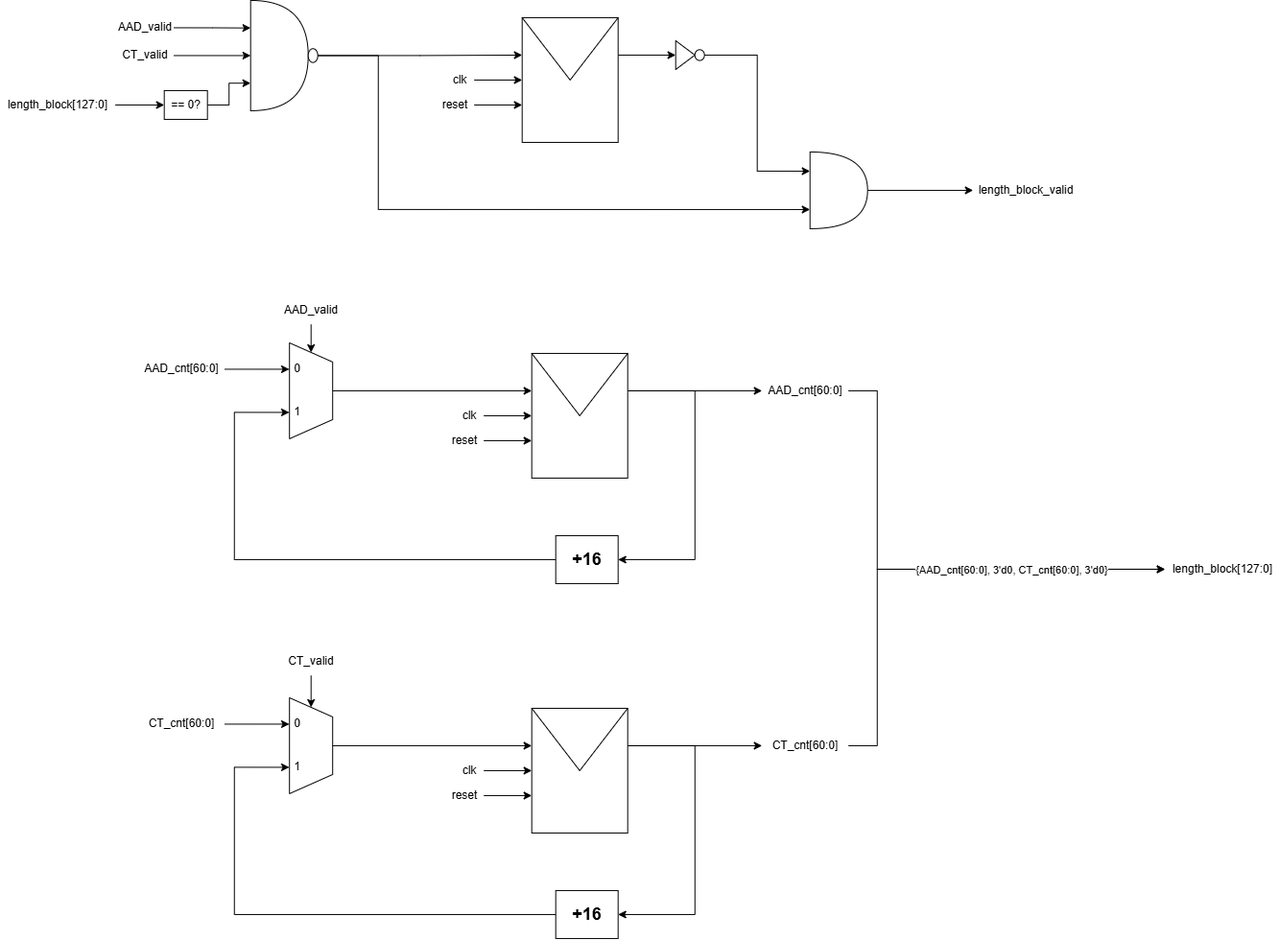
The draw.io diagram Quang Long/_media/LengthBlockCTR low level.png in LQLManZz/AES128-Verilog, before a commit. Source tidied: cells renumbered, new cells last; positions are measured from the earlier drawing's top-left corner, leaving out a move shared by most shapes.
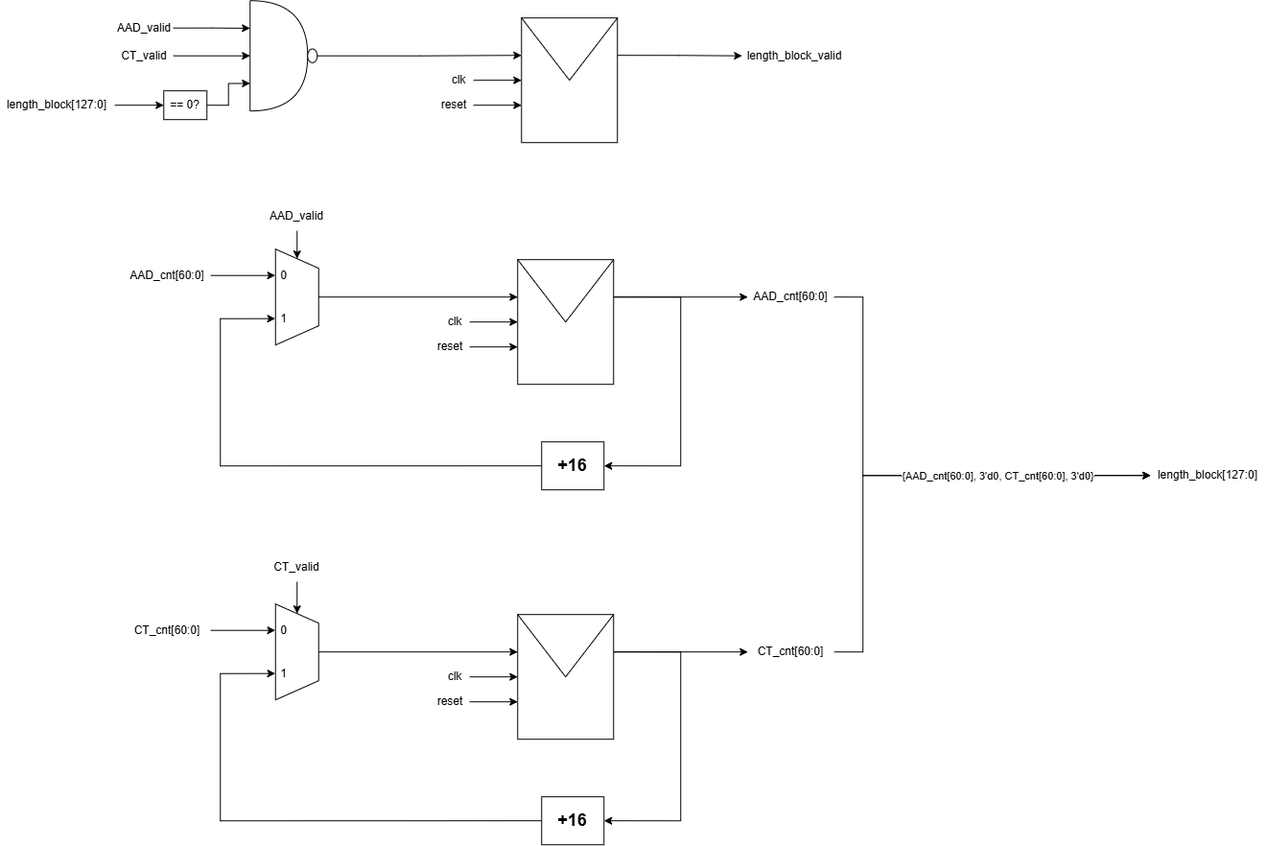
The same diagram one commit later.

Change to the diagram source:
```diff
@@ -160,44 +160,44 @@
     <mxCell id="43" value="CT_valid" style="text;html=1;whiteSpace=wrap;strokeColor=none;fillColor=none;align=center;verticalAlign=middle;rounded=0;" parent="1" vertex="1">
       <mxGeometry x="294" y="674" width="60" height="30" as="geometry" />
     </mxCell>
-    <mxCell id="44" style="edgeStyle=orthogonalEdgeStyle;rounded=0;jettySize=auto;html=1;exitX=1;exitY=0.3;exitDx=0;exitDy=0;entryX=0;entryY=0.5;entryDx=0;entryDy=0;fontFamily=Helvetica;fontSize=12;fontColor=default;" parent="1" edge="1" source="45" target="64">
-      <mxGeometry relative="1" as="geometry" />
-    </mxCell>
+    <mxCell id="70" style="edgeStyle=orthogonalEdgeStyle;rounded=0;jettySize=auto;html=1;exitX=1;exitY=0.3;exitDx=0;exitDy=0;entryX=0;entryY=0.5;entryDx=0;entryDy=0;" parent="1" edge="1" source="45" target="50">
+      <mxGeometry relative="1" as="geometry" />
+    </mxCell>
     <mxCell id="45" style="shape=message;html=1;html=1;outlineConnect=0;labelPosition=center;verticalLabelPosition=bottom;align=center;verticalAlign=top;" parent="1" vertex="1">
-      <mxGeometry x="544" y="18" width="100" height="130" as="geometry" />
+      <mxGeometry x="558" y="116" width="100" height="130" as="geometry" />
     </mxCell>
     <mxCell id="46" style="edgeStyle=orthogonalEdgeStyle;rounded=0;jettySize=auto;html=1;exitX=1;exitY=0.5;exitDx=0;exitDy=0;entryX=0;entryY=0.5;entryDx=0;entryDy=0;" parent="1" edge="1" source="47" target="45">
       <mxGeometry relative="1" as="geometry" />
     </mxCell>
     <mxCell id="47" value="clk" style="text;html=1;whiteSpace=wrap;strokeColor=none;fillColor=none;align=center;verticalAlign=middle;rounded=0;" parent="1" vertex="1">
-      <mxGeometry x="464" y="68" width="30" height="30" as="geometry" />
+      <mxGeometry x="478" y="166" width="30" height="30" as="geometry" />
     </mxCell>
     <mxCell id="48" style="edgeStyle=orthogonalEdgeStyle;rounded=0;jettySize=auto;html=1;exitX=1;exitY=0.5;exitDx=0;exitDy=0;entryX=0;entryY=0.7;entryDx=0;entryDy=0;" parent="1" edge="1" source="49" target="45">
       <mxGeometry relative="1" as="geometry" />
     </mxCell>
     <mxCell id="49" value="reset" style="text;html=1;whiteSpace=wrap;strokeColor=none;fillColor=none;align=center;verticalAlign=middle;rounded=0;" parent="1" vertex="1">
-      <mxGeometry x="454" y="94" width="40" height="30" as="geometry" />
+      <mxGeometry x="468" y="192" width="40" height="30" as="geometry" />
     </mxCell>
     <mxCell id="50" value="length_block_valid" style="text;html=1;whiteSpace=wrap;strokeColor=none;fillColor=none;align=center;verticalAlign=middle;rounded=0;" parent="1" vertex="1">
-      <mxGeometry x="1014" y="183" width="110" height="30" as="geometry" />
+      <mxGeometry x="788" y="140.5" width="110" height="30" as="geometry" />
     </mxCell>
     <mxCell id="51" style="edgeStyle=orthogonalEdgeStyle;rounded=0;jettySize=auto;html=1;exitX=1;exitY=0.5;exitDx=0;exitDy=0;entryX=0;entryY=0.5;entryDx=0;entryDy=0;fontFamily=Helvetica;fontSize=12;fontColor=default;" parent="1" edge="1" source="52" target="53">
       <mxGeometry relative="1" as="geometry" />
     </mxCell>
     <mxCell id="52" value="length_block[127:0]" style="text;html=1;whiteSpace=wrap;strokeColor=none;fillColor=none;align=center;verticalAlign=middle;rounded=0;" parent="1" vertex="1">
-      <mxGeometry y="94" width="120" height="30" as="geometry" />
+      <mxGeometry x="14" y="192" width="120" height="30" as="geometry" />
     </mxCell>
     <mxCell id="53" value="== 0?" style="whiteSpace=wrap;html=1;" parent="1" vertex="1">
-      <mxGeometry x="171" y="94" width="45" height="30" as="geometry" />
+      <mxGeometry x="185" y="192" width="45" height="30" as="geometry" />
     </mxCell>
     <mxCell id="54" value="AAD_valid" style="text;html=1;whiteSpace=wrap;strokeColor=none;fillColor=none;align=center;verticalAlign=middle;rounded=0;" parent="1" vertex="1">
-      <mxGeometry x="121" y="13.5" width="60" height="30" as="geometry" />
+      <mxGeometry x="135" y="111.5" width="60" height="30" as="geometry" />
     </mxCell>
     <mxCell id="55" value="CT_valid" style="text;html=1;whiteSpace=wrap;strokeColor=none;fillColor=none;align=center;verticalAlign=middle;rounded=0;" parent="1" vertex="1">
-      <mxGeometry x="121" y="42.5" width="60" height="30" as="geometry" />
+      <mxGeometry x="135" y="140.5" width="60" height="30" as="geometry" />
     </mxCell>
     <mxCell id="56" style="group;" parent="1" vertex="1">
-      <mxGeometry x="261" width="70" height="115" as="geometry" />
+      <mxGeometry x="275" y="98" width="70" height="115" as="geometry" />
     </mxCell>
     <mxCell id="57" style="shape=or;whiteSpace=wrap;html=1;shapeInside=1;" parent="56" vertex="1">
       <mxGeometry width="60" height="115" as="geometry" />
@@ -217,31 +217,5 @@
     <mxCell id="62" style="edgeStyle=orthogonalEdgeStyle;rounded=0;jettySize=auto;html=1;exitX=1;exitY=0.5;exitDx=0;exitDy=0;entryX=0;entryY=0.3;entryDx=0;entryDy=0;fontFamily=Helvetica;fontSize=12;fontColor=default;" parent="1" edge="1" source="58" target="45">
       <mxGeometry relative="1" as="geometry" />
     </mxCell>
-    <mxCell id="63" style="group;" parent="1" vertex="1">
-      <mxGeometry x="704" y="42" width="30" height="30" as="geometry" />
-    </mxCell>
-    <mxCell id="64" style="triangle;whiteSpace=wrap;html=1;" parent="63" vertex="1">
-      <mxGeometry width="20" height="30" as="geometry" />
-    </mxCell>
-    <mxCell id="65" style="ellipse;whiteSpace=wrap;html=1;" parent="63" vertex="1">
-      <mxGeometry x="20" y="9.4" width="10" height="11.2" as="geometry" />
-    </mxCell>
-    <mxCell id="66" style="edgeStyle=orthogonalEdgeStyle;rounded=0;jettySize=auto;html=1;exitX=1;exitY=0.5;exitDx=0;exitDy=0;exitPerimeter=0;entryX=0;entryY=0.5;entryDx=0;entryDy=0;fontFamily=Helvetica;fontSize=12;fontColor=default;" parent="1" edge="1" source="67" target="50">
-      <mxGeometry relative="1" as="geometry" />
-    </mxCell>
-    <mxCell id="67" style="shape=or;whiteSpace=wrap;html=1;shapeInside=1;" parent="1" vertex="1">
-      <mxGeometry x="844" y="158" width="60" height="80" as="geometry" />
-    </mxCell>
-    <mxCell id="68" style="edgeStyle=orthogonalEdgeStyle;rounded=0;jettySize=auto;html=1;exitX=1;exitY=0.5;exitDx=0;exitDy=0;entryX=0;entryY=0.25;entryDx=0;entryDy=0;entryPerimeter=0;fontFamily=Helvetica;fontSize=12;fontColor=default;" parent="1" edge="1" source="65" target="67">
-      <mxGeometry relative="1" as="geometry" />
-    </mxCell>
-    <mxCell id="69" style="edgeStyle=orthogonalEdgeStyle;rounded=0;jettySize=auto;html=1;exitX=1;exitY=0.5;exitDx=0;exitDy=0;entryX=0;entryY=0.75;entryDx=0;entryDy=0;entryPerimeter=0;fontFamily=Helvetica;fontSize=12;fontColor=default;" parent="1" edge="1" source="58" target="67">
-      <mxGeometry relative="1" as="geometry">
-        <Array as="points">
-          <mxPoint x="394" y="57.5" />
-          <mxPoint x="394" y="218" />
-        </Array>
-      </mxGeometry>
-    </mxCell>
   </root>
 </mxGraphModel>
```
